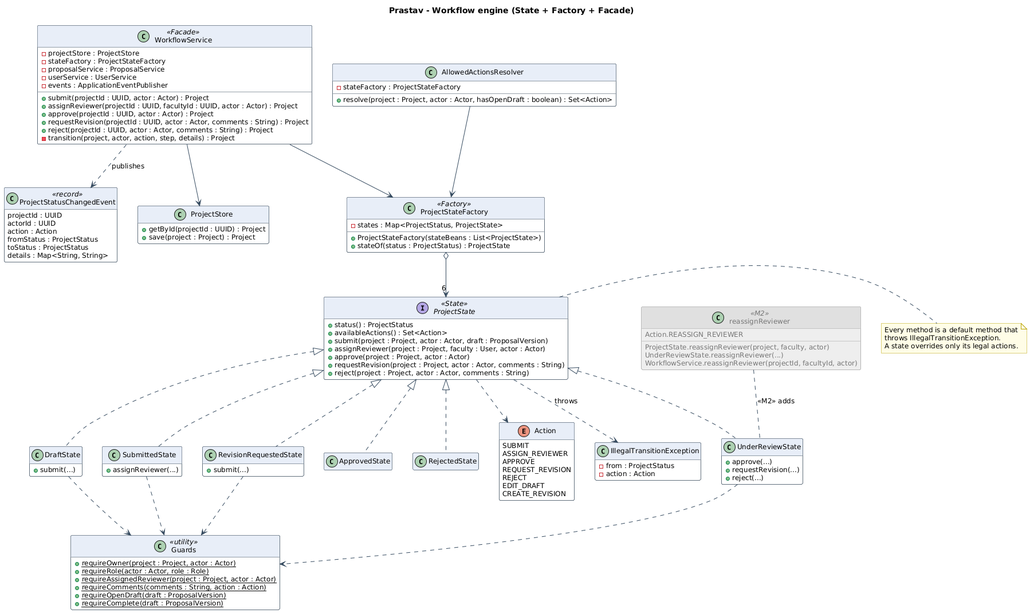
The PlantUML diagram docs/uml/png/03_workflow_state_pattern.png in udita-0707/Prastaav, before a commit.
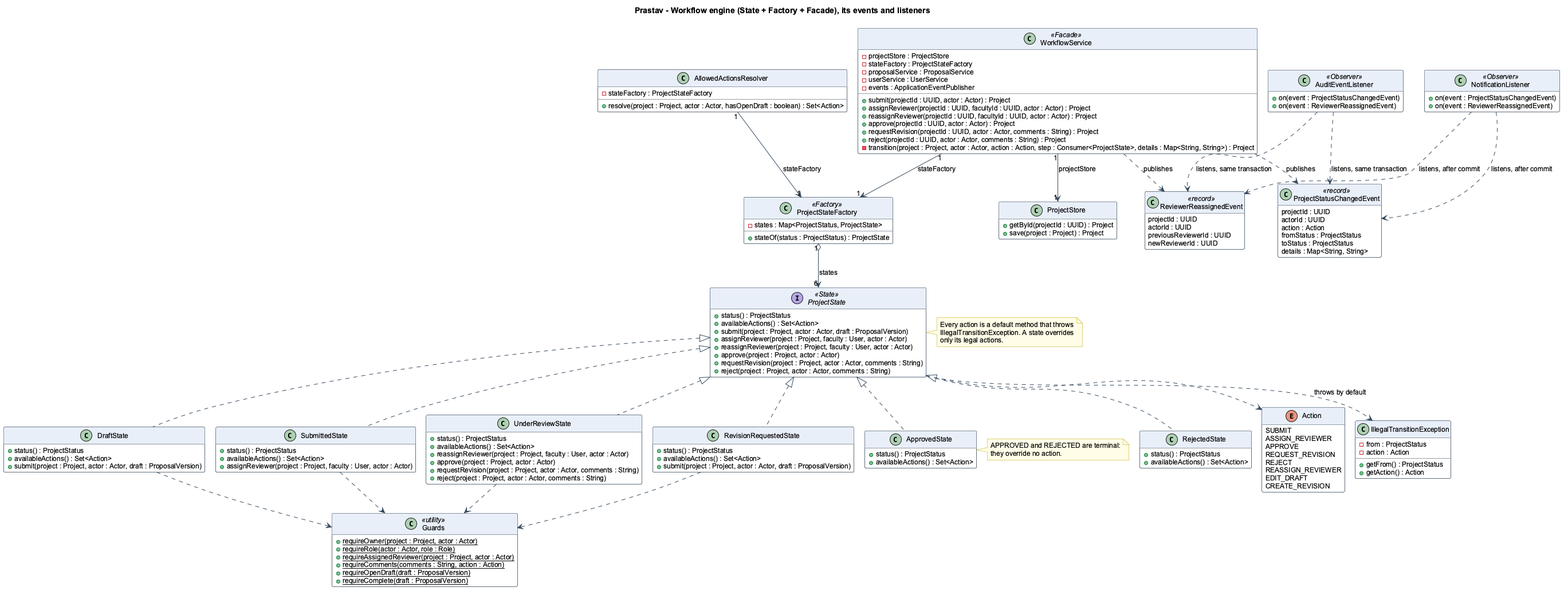
The same diagram one commit later.

Diff of the diagram source:
```diff
@@ -1,6 +1,7 @@
 @startuml 03_workflow_state_pattern
+!pragma layout smetana
 !include _style.iuml
-title Prastav - Workflow engine (State + Factory + Facade)
+title Prastav - Workflow engine (State + Factory + Facade), its events and listeners
 hide empty members
 
 interface ProjectState <<State>> {
@@ -8,43 +9,51 @@
   + availableActions() : Set<Action>
   + submit(project : Project, actor : Actor, draft : ProposalVersion)
   + assignReviewer(project : Project, faculty : User, actor : Actor)
+  + reassignReviewer(project : Project, faculty : User, actor : Actor)
   + approve(project : Project, actor : Actor)
   + requestRevision(project : Project, actor : Actor, comments : String)
   + reject(project : Project, actor : Actor, comments : String)
 }
-note right of ProjectState
-  Every method is a default method that
-  throws IllegalTransitionException.
-  A state overrides only its legal actions.
-end note
 
 class DraftState {
-  + submit(...)
+  + status() : ProjectStatus
+  + availableActions() : Set<Action>
+  + submit(project : Project, actor : Actor, draft : ProposalVersion)
 }
+
 class SubmittedState {
-  + assignReviewer(...)
+  + status() : ProjectStatus
+  + availableActions() : Set<Action>
+  + assignReviewer(project : Project, faculty : User, actor : Actor)
 }
+
 class UnderReviewState {
-  + approve(...)
-  + requestRevision(...)
-  + reject(...)
+  + status() : ProjectStatus
+  + availableActions() : Set<Action>
+  + reassignReviewer(project : Project, faculty : User, actor : Actor)
+  + approve(project : Project, actor : Actor)
+  + requestRevision(project : Project, actor : Actor, comments : String)
+  + reject(project : Project, actor : Actor, comments : String)
 }
+
 class RevisionRequestedState {
-  + submit(...)
+  + status() : ProjectStatus
+  + availableActions() : Set<Action>
+  + submit(project : Project, actor : Actor, draft : ProposalVersion)
 }
-class ApprovedState
-class RejectedState
 
-ProjectState <|.. DraftState
-ProjectState <|.. SubmittedState
-ProjectState <|.. UnderReviewState
-ProjectState <|.. RevisionRequestedState
-ProjectState <|.. ApprovedState
-ProjectState <|.. RejectedState
+class ApprovedState {
+  + status() : ProjectStatus
+  + availableActions() : Set<Action>
+}
+
+class RejectedState {
+  + status() : ProjectStatus
+  + availableActions() : Set<Action>
+}
 
 class ProjectStateFactory <<Factory>> {
   - states : Map<ProjectStatus, ProjectState>
-  + ProjectStateFactory(stateBeans : List<ProjectState>)
   + stateOf(status : ProjectStatus) : ProjectState
 }
 
@@ -56,10 +65,11 @@
   - events : ApplicationEventPublisher
   + submit(projectId : UUID, actor : Actor) : Project
   + assignReviewer(projectId : UUID, facultyId : UUID, actor : Actor) : Project
+  + reassignReviewer(projectId : UUID, facultyId : UUID, actor : Actor) : Project
   + approve(projectId : UUID, actor : Actor) : Project
   + requestRevision(projectId : UUID, actor : Actor, comments : String) : Project
   + reject(projectId : UUID, actor : Actor, comments : String) : Project
-  - transition(project, actor, action, step, details) : Project
+  - transition(project : Project, actor : Actor, action : Action, step : Consumer<ProjectState>, details : Map<String, String>) : Project
 }
 
 class Guards <<utility>> {
@@ -82,6 +92,7 @@
   APPROVE
   REQUEST_REVISION
   REJECT
+  REASSIGN_REVIEWER
   EDIT_DRAFT
   CREATE_REVISION
 }
@@ -89,6 +100,8 @@
 class IllegalTransitionException {
   - from : ProjectStatus
   - action : Action
+  + getFrom() : ProjectStatus
+  + getAction() : Action
 }
 
 class ProjectStatusChangedEvent <<record>> {
@@ -100,28 +113,59 @@
   details : Map<String, String>
 }
 
+class ReviewerReassignedEvent <<record>> {
+  projectId : UUID
+  actorId : UUID
+  previousReviewerId : UUID
+  newReviewerId : UUID
+}
+
 class ProjectStore {
   + getById(projectId : UUID) : Project
   + save(project : Project) : Project
 }
 
-ProjectStateFactory o--> "6" ProjectState
-WorkflowService --> ProjectStateFactory
-WorkflowService --> ProjectStore
+class AuditEventListener <<Observer>> {
+  + on(event : ProjectStatusChangedEvent)
+  + on(event : ReviewerReassignedEvent)
+}
+
+class NotificationListener <<Observer>> {
+  + on(event : ProjectStatusChangedEvent)
+  + on(event : ReviewerReassignedEvent)
+}
+
+ProjectState <|.. DraftState
+ProjectState <|.. SubmittedState
+ProjectState <|.. UnderReviewState
+ProjectState <|.. RevisionRequestedState
+ProjectState <|.. ApprovedState
+ProjectState <|.. RejectedState
+ProjectStateFactory "1" o--> "6" ProjectState : states
+WorkflowService "1" --> "1" ProjectStateFactory : stateFactory
+WorkflowService "1" --> "1" ProjectStore : projectStore
+AllowedActionsResolver "1" --> "1" ProjectStateFactory : stateFactory
 WorkflowService ..> ProjectStatusChangedEvent : publishes
-AllowedActionsResolver --> ProjectStateFactory
+WorkflowService ..> ReviewerReassignedEvent : publishes
+AuditEventListener ..> ProjectStatusChangedEvent : listens, same transaction
+AuditEventListener ..> ReviewerReassignedEvent : listens, same transaction
+NotificationListener ..> ProjectStatusChangedEvent : listens, after commit
+NotificationListener ..> ReviewerReassignedEvent : listens, after commit
 DraftState ..> Guards
 SubmittedState ..> Guards
 UnderReviewState ..> Guards
 RevisionRequestedState ..> Guards
-ProjectState ..> IllegalTransitionException : throws
+ProjectState ..> IllegalTransitionException : throws by default
 ProjectState ..> Action
 
-class "reassignReviewer" as Reassign <<M2>> {
-  ProjectState.reassignReviewer(project, faculty, actor)
-  UnderReviewState.reassignReviewer(...)
-  WorkflowService.reassignReviewer(projectId, facultyId, actor)
-  Action.REASSIGN_REVIEWER
-}
-Reassign .. UnderReviewState : <<M2>> adds
+note right of ProjectState
+  Every action is a default method that throws
+  IllegalTransitionException. A state overrides
+  only its legal actions.
+end note
+
+note right of ApprovedState
+  APPROVED and REJECTED are terminal:
+  they override no action.
+end note
 @enduml
```
